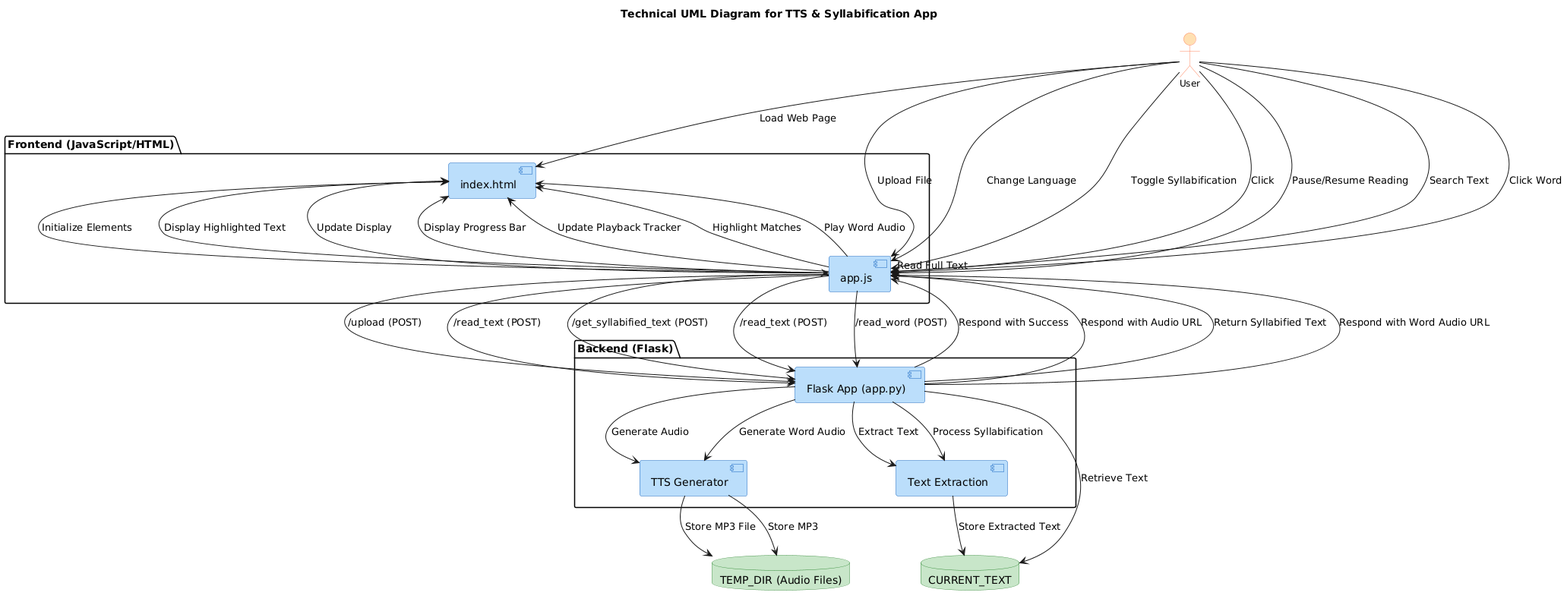
Above: UML/Technical_UML.png in Torekas/Dyslectic_application (PlantUML), before the change.
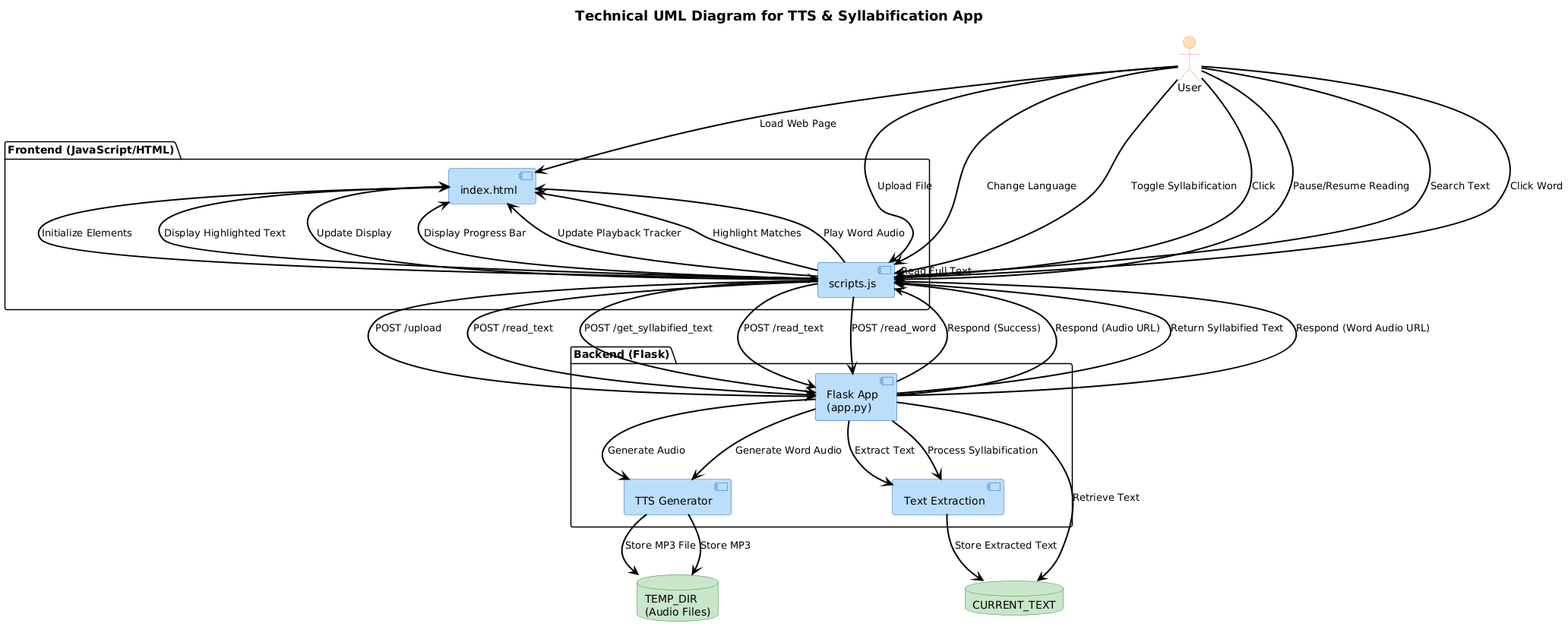
Above is the later version.

What changed in the source:
```diff
@@ -8,64 +8,71 @@
 skinparam component {
   BorderColor #1565C0
   BackgroundColor #BBDEFB
+  FontSize 14
 }
 skinparam actor {
   BackgroundColor #FFE0B2
   BorderColor #FF8A65
-  FontSize 12
+  FontSize 14
+}
+skinparam database {
+  BackgroundColor #C8E6C9
+  BorderColor #388E3C
+  FontSize 14
 }
 skinparam note {
   BackgroundColor LightYellow
   BorderColor Black
 }
-skinparam database {
-  BackgroundColor #C8E6C9
-  BorderColor #388E3C
+skinparam ArrowThickness 2
+skinparam ArrowColor Black
+skinparam title {
+  FontSize 18
 }
 
-title Technical UML Diagram for TTS & Syllabification App
+title **Technical UML Diagram for TTS & Syllabification App**
 
 actor User
 
 package "Frontend (JavaScript/HTML)" {
     component "index.html" as HTML
-    component "app.js" as JS
+    component "scripts.js" as JS
 }
 
 package "Backend (Flask)" {
-    component "Flask App (app.py)" as Flask
+    component "Flask App\n(app.py)" as Flask
     component "Text Extraction" as TextExtract
     component "TTS Generator" as TTS
 }
 
 database "CURRENT_TEXT" as TextDB
-database "TEMP_DIR (Audio Files)" as AudioDB
+database "TEMP_DIR\n(Audio Files)" as AudioDB
 
 User --> HTML : Load Web Page
 HTML --> JS : Initialize Elements
 
 User --> JS : Upload File
-JS --> Flask : /upload (POST)
+JS --> Flask : POST /upload
 Flask --> TextExtract : Extract Text
 TextExtract --> TextDB : Store Extracted Text
-Flask --> JS : Respond with Success
+Flask --> JS : Respond (Success)
 
 User --> JS : Change Language
-JS --> Flask : /read_text (POST)
+JS --> Flask : POST /read_text
 Flask --> TextDB : Retrieve Text
 Flask --> TTS : Generate Audio
 TTS --> AudioDB : Store MP3 File
-Flask --> JS : Respond with Audio URL
+Flask --> JS : Respond (Audio URL)
 JS --> HTML : Display Highlighted Text
 
 User --> JS : Toggle Syllabification
-JS --> Flask : /get_syllabified_text (POST)
+JS --> Flask : POST /get_syllabified_text
 Flask --> TextExtract : Process Syllabification
 Flask --> JS : Return Syllabified Text
 JS --> HTML : Update Display
 
 User --> JS : Click "Read Full Text"
-JS --> Flask : /read_text (POST)
+JS --> Flask : POST /read_text
 JS --> HTML : Display Progress Bar
 
 User --> JS : Pause/Resume Reading
@@ -75,9 +82,9 @@
 JS --> HTML : Highlight Matches
 
 User --> JS : Click Word
-JS --> Flask : /read_word (POST)
+JS --> Flask : POST /read_word
 Flask --> TTS : Generate Word Audio
 TTS --> AudioDB : Store MP3
-Flask --> JS : Respond with Word Audio URL
+Flask --> JS : Respond (Word Audio URL)
 JS --> HTML : Play Word Audio
 @enduml
```
